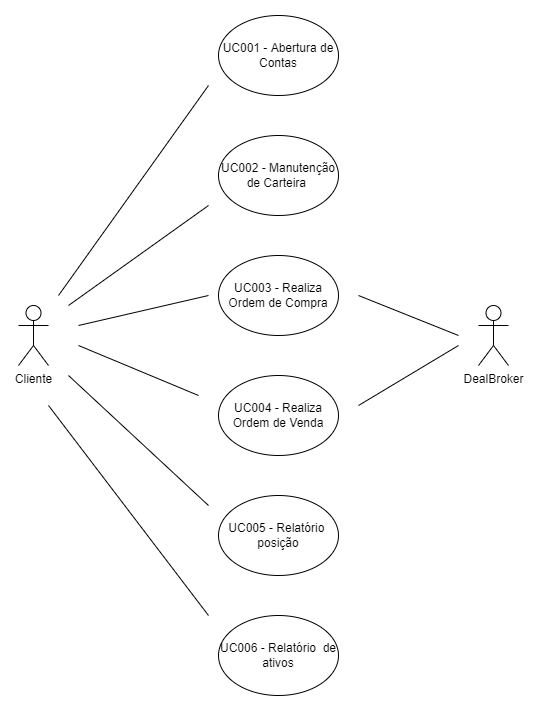
Earlier version of the draw.io export CasoDeUsoMarket.drawio.png (yasvitorino/StockFEI). Source tidied: cells renumbered, new cells last; positions are measured from the earlier drawing's top-left corner, leaving out a move shared by most shapes.
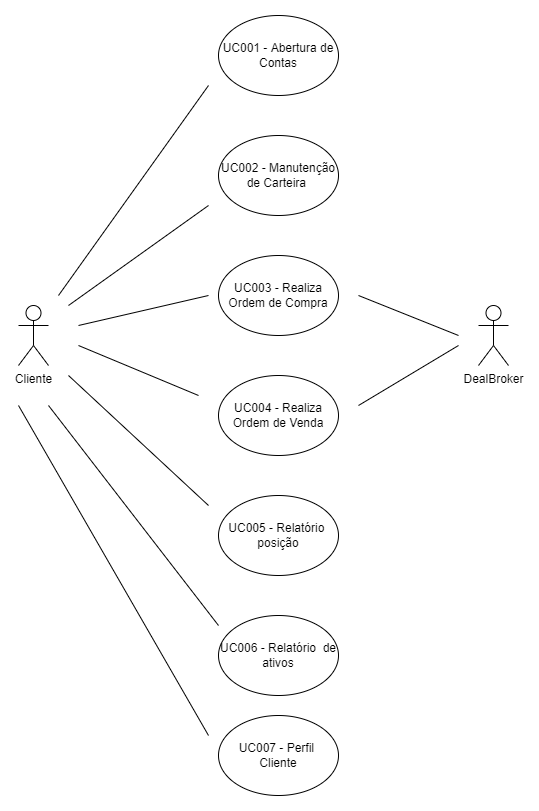
After the commit.

Change to the diagram source:
```diff
@@ -56,7 +56,7 @@
     <mxCell id="14" style="endArrow=none;html=1;rounded=0;" parent="1" edge="1">
       <mxGeometry relative="1" as="geometry">
         <mxPoint x="30" y="390" as="sourcePoint" />
-        <mxPoint x="190" y="600" as="targetPoint" />
+        <mxPoint x="200" y="610" as="targetPoint" />
       </mxGeometry>
     </mxCell>
     <mxCell id="15" value="DealBroker" style="shape=umlActor;verticalLabelPosition=bottom;verticalAlign=top;html=1;" parent="1" vertex="1">
@@ -74,5 +74,14 @@
         <mxPoint x="440" y="320" as="targetPoint" />
       </mxGeometry>
     </mxCell>
+    <mxCell id="18" value="UC007 - Perfil&amp;nbsp; Cliente" style="ellipse;whiteSpace=wrap;html=1;" parent="1" vertex="1">
+      <mxGeometry x="200" y="700" width="120" height="80" as="geometry" />
+    </mxCell>
+    <mxCell id="19" style="endArrow=none;html=1;rounded=0;" parent="1" edge="1">
+      <mxGeometry relative="1" as="geometry">
+        <mxPoint y="390" as="sourcePoint" />
+        <mxPoint x="190" y="720" as="targetPoint" />
+      </mxGeometry>
+    </mxCell>
   </root>
 </mxGraphModel>
```
